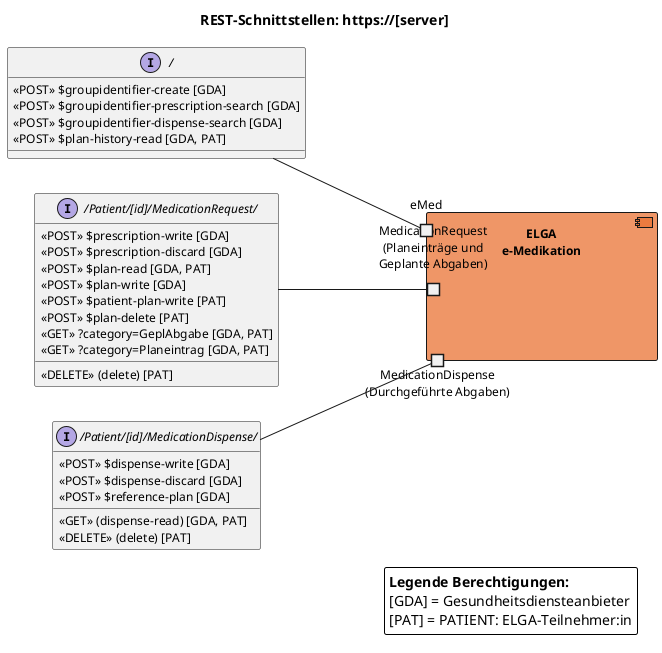
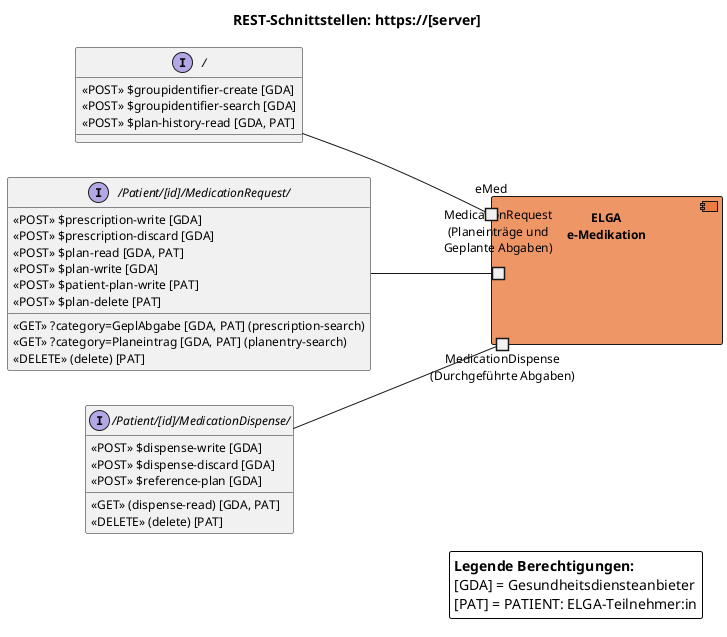
@startuml
allowmixing
' !include "https://raw.githubusercontent.com/tupadr3/plantuml-icon-font-sprites/v3.0.0/icons/font-awesome-5/user_doctor.puml"

' title diagramm
' ICON_DOC(doctor,LIVE,user_doctor,black) #RoyalBlue

' stethoscope	GOV_STETHOSCOPE
' balance_scale	FA5_BALANCE_SCALE
' flask	FA5_FLASK
' hand_holding_medical	FA5_HAND_HOLDING_MEDICAL
' heartbeat	FA5_HEARTBEAT
' comment_medical	FA5_COMMENT_MEDICAL
' clinic_medical	FA5_CLINIC_MEDICAL


skinparam componentStyle uml2
skinparam packageStyle rectangle

skinparam borderColor #555555
skinparam backgroundColor #FFFFFF
skinparam shadowing false
skinparam roundCorner 4
skinparam defaultFontName "Arial"
skinparam defaultFontSize 12
skinparam defaultFontColor #000000

!define COLOR_EMED_FA  #e97232bd

' Styling für UML-Komponenten und Schnittstellen (Klassischer UML-Stil)
skinparam component {
  BackgroundColor COLOR_EMED_FA
  'BorderColor #0366D6
  'FontColor #000000
  'FontStyle bold
}

skinparam interface {
  'BackgroundColor #FFFFFF
  'BorderColor #005CC5
}

left to right direction

title REST-Schnittstellen: https://[server]

interface "/Patient/[id]/MedicationDispense/" as IDurchgAbgabe {
  «POST» $dispense-write [GDA]
  «POST» $dispense-discard [GDA]
  «POST» $reference-plan [GDA]
  «GET» (dispense-read) [GDA, PAT]
  «DELETE» (delete) [PAT]
}

interface "/Patient/[id]/MedicationRequest/" as IMedicationRequest {
  «POST» $prescription-write [GDA]
  «POST» $prescription-discard [GDA]
  «POST» $plan-read [GDA, PAT]
  «POST» $plan-write [GDA]
  «POST» $patient-plan-write [PAT]
  «POST» $plan-delete [PAT]
-   «GET» ?category=GeplAbgabe [GDA, PAT]
-   «GET» ?category=Planeintrag [GDA, PAT]
+   «GET» ?category=GeplAbgabe [GDA, PAT] (prescription-search)
+   «GET» ?category=Planeintrag [GDA, PAT] (planentry-search)
  «DELETE» (delete) [PAT]
}


interface "/" as IEmed {
  «POST» $groupidentifier-create [GDA]
-   «POST» $groupidentifier-prescription-search [GDA]
-   «POST» $groupidentifier-dispense-search [GDA]
+   «POST» $groupidentifier-search [GDA]
  «POST» $plan-history-read [GDA, PAT]
}

' --- SYSTEMKOMPONENTE (ZENTRALER SERVER) ---

component "ELGA\ne-Medikation" as Server {
  port "MedicationDispense\n(Durchgeführte Abgaben)" as p3
  port "MedicationRequest\n(Planeinträge und\nGeplante Abgaben)" as p2
  port "eMed" as p1
}


p3 -up- IDurchgAbgabe
p2 -up- IMedicationRequest
p1 -up- IEmed


legend right
  **Legende Berechtigungen:**
  [GDA] = Gesundheitsdiensteanbieter
  [PAT] = PATIENT: ELGA-Teilnehmer:in
end legend

' --- ARCHITEKTUR-NOTIZEN ---

' note bottom of Server
'   **UML 2.0 Component Specification**
'   Zentrales e-Medikations-System kapselt persistierte
'   Collection Bundles (v.1 / v.2) und Transaction Bundles.
' end note

' note right of IBundle
'   **Ressourcen-Kontext:**
'   Enthält MedicationRequest,
'   Patient, Practitioner.
' end note

@enduml